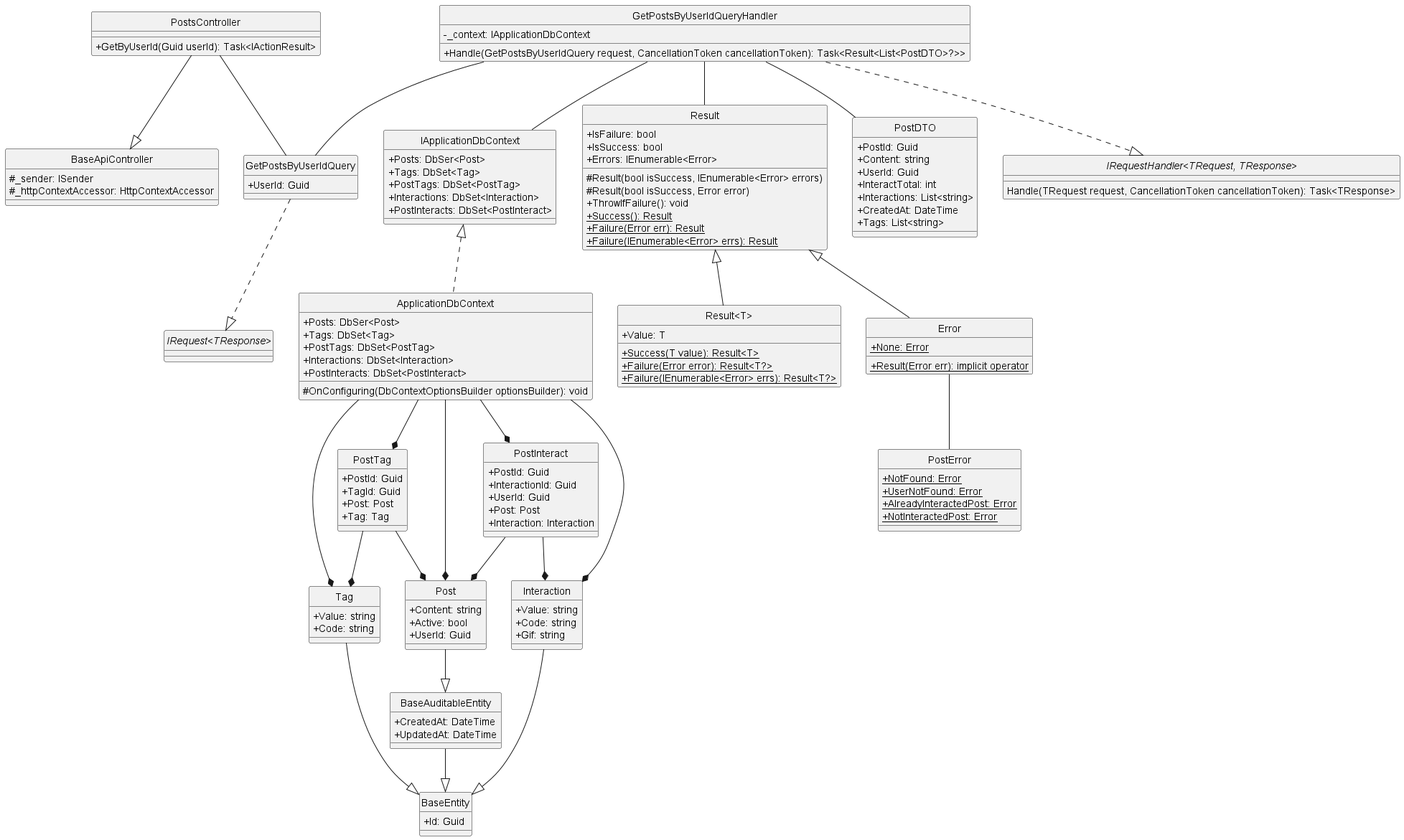
Before: docs/Class Diagram/Post/Post/GetByUserId/ClassDiagram/getPostByUserId.png, a diagram exported from PlantUML (Carl-Johnsons/Chat-Application).
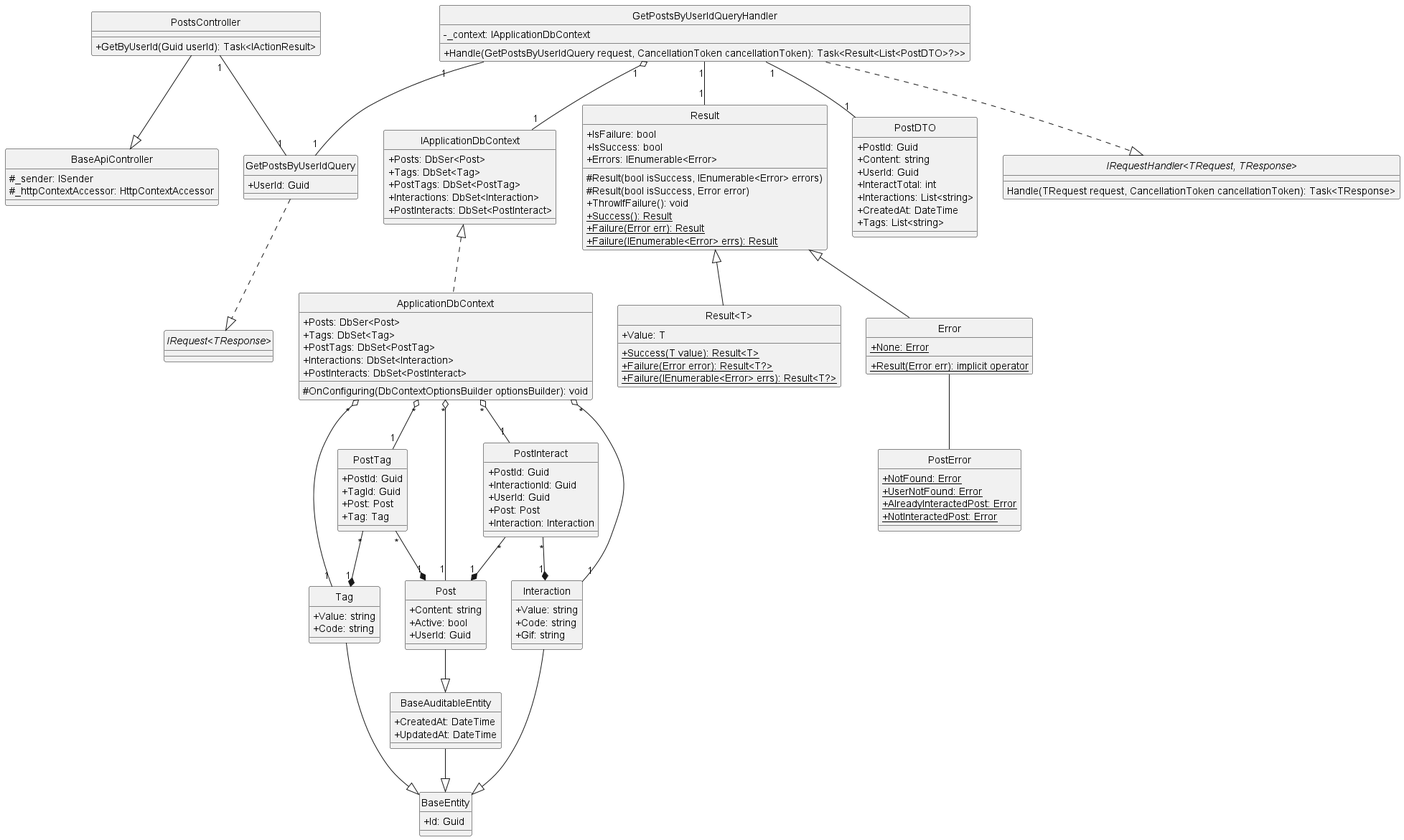
The same diagram one commit later.

Diff of the diagram source:
```diff
@@ -125,13 +125,13 @@
 }
 
 PostsController --|> BaseApiController
-PostsController -- GetPostsByUserIdQuery
+PostsController "1"--"1" GetPostsByUserIdQuery
 GetPostsByUserIdQuery ..|> "IRequest<TResponse>"
 GetPostsByUserIdQueryHandler ..|> "IRequestHandler<TRequest, TResponse>"
-GetPostsByUserIdQueryHandler -- GetPostsByUserIdQuery
-GetPostsByUserIdQueryHandler -- Result
-GetPostsByUserIdQueryHandler -- IApplicationDbContext
-GetPostsByUserIdQueryHandler -- PostDTO
+GetPostsByUserIdQueryHandler "1"--"1" GetPostsByUserIdQuery
+GetPostsByUserIdQueryHandler "1"--"1" Result
+GetPostsByUserIdQueryHandler "1" o--"1" IApplicationDbContext
+GetPostsByUserIdQueryHandler "1"--"1" PostDTO
 Result <|-- Error
 Result <|-- "Result<T>"
 Error -- PostError
@@ -139,14 +139,14 @@
 Interaction --|> BaseEntity
 Post --|> BaseAuditableEntity
 BaseAuditableEntity --|> BaseEntity
-PostTag --* Post
-PostTag --* Tag
-PostInteract --* Post
-PostInteract --* Interaction
+PostTag "*"--*"1" Post
+PostTag "*"--*"1" Tag
+PostInteract "*"--*"1" Post
+PostInteract "*"--*"1" Interaction
 IApplicationDbContext <|.. ApplicationDbContext
-ApplicationDbContext --* Tag
-ApplicationDbContext --* Post
-ApplicationDbContext --* PostTag
-ApplicationDbContext --* Interaction
-ApplicationDbContext --* PostInteract
+ApplicationDbContext "*" o--"1" Tag
+ApplicationDbContext "*" o--"1" Post
+ApplicationDbContext "*" o--"1" PostTag
+ApplicationDbContext "*" o--"1" Interaction
+ApplicationDbContext "*" o--"1" PostInteract
 @enduml
```
